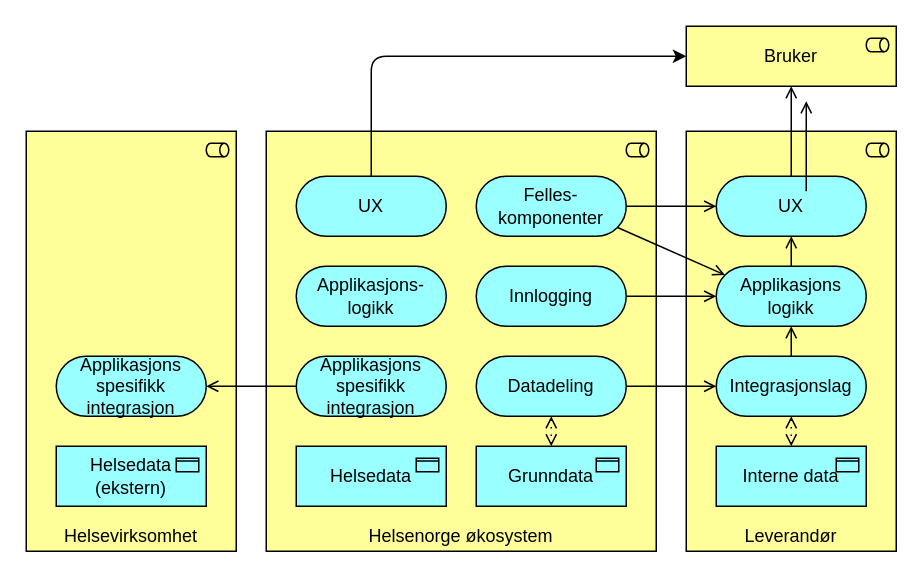
Above: docs/application/applikasjon-3part.drawio in hdir/Digital-Forstelinje (draw.io), before the change. Source tidied: cells renumbered, new cells numbered last; positions are measured from the earlier drawing's top-left corner, leaving out a move shared by most shapes. Both pictures are drawn from the tidied source at 150%, with x=0, y=0 at pixel (26, 26).
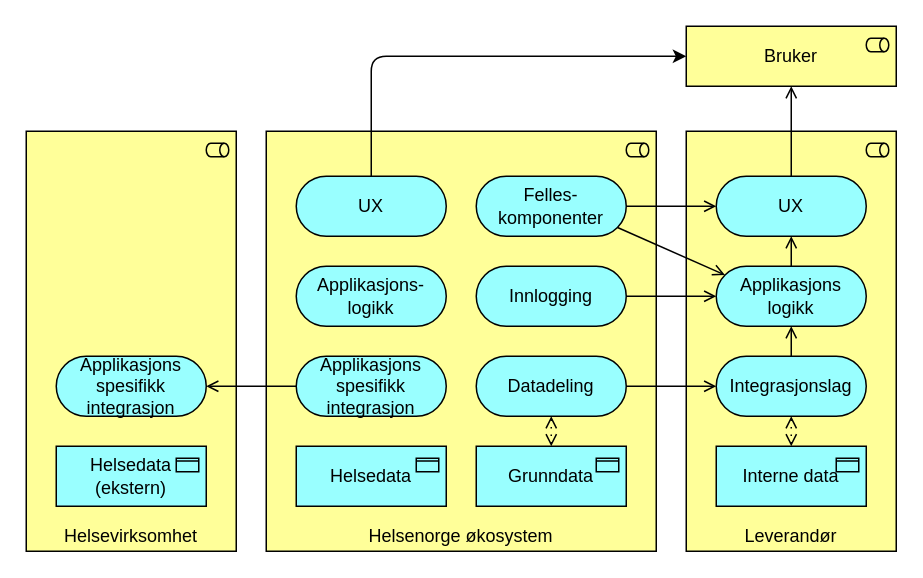
The same page after the edit.

What changed in the source:
```diff
@@
-    <mxCell id="30" style="html=1;endArrow=open;elbow=vertical;endFill=1;entryX=0.5;entryY=1;entryDx=0;entryDy=0;entryPerimeter=0;exitX=0.5;exitY=0;exitDx=0;exitDy=0;exitPerimeter=0;" parent="1" edge="1">
-      <mxGeometry relative="1" as="geometry">
-        <mxPoint x="520" y="110" as="sourcePoint" />
-        <mxPoint x="520" y="50" as="targetPoint" />
-      </mxGeometry>
-    </mxCell>
```
